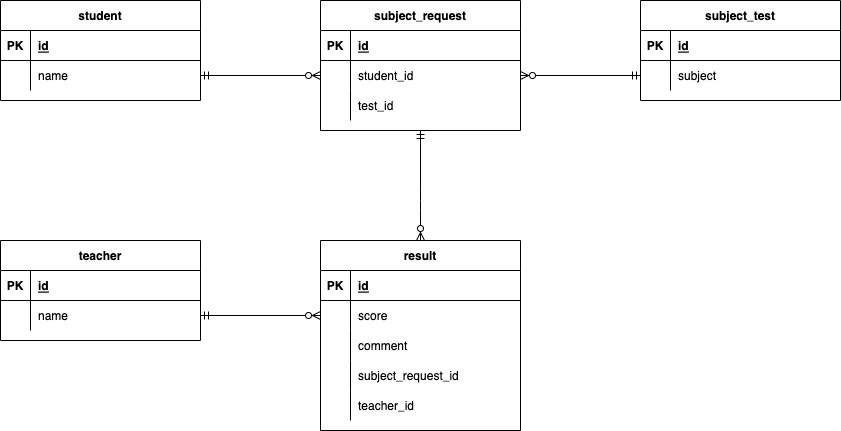
This is 20221217.drawio.png from ysakurai390/20221217, a draw.io export, as it was before one commit. Source tidied: cells renumbered, new cells last; positions are measured from the earlier drawing's top-left corner, leaving out a move shared by most shapes. Source of this version:
```xml
<mxGraphModel>
  <root>
    <mxCell id="0" />
    <mxCell id="1" parent="0" />
    <mxCell id="2" value="student" style="shape=table;startSize=30;rowLines=0;fontStyle=1;align=center;" parent="1" vertex="1">
      <mxGeometry width="200" height="100" as="geometry" />
    </mxCell>
    <mxCell id="3" style="shape=partialRectangle;fillColor=none;top=0;left=0;bottom=1;right=0;" parent="2" vertex="1">
      <mxGeometry y="30" width="200" height="30" as="geometry" />
    </mxCell>
    <mxCell id="4" value="PK" style="shape=partialRectangle;fillColor=none;top=0;left=0;bottom=0;right=0;fontStyle=1;overflow=hidden;" parent="3" vertex="1">
      <mxGeometry width="30" height="30" as="geometry" />
    </mxCell>
    <mxCell id="5" value="id" style="shape=partialRectangle;fillColor=none;top=0;left=0;bottom=0;right=0;align=left;spacingLeft=6;fontStyle=5;overflow=hidden;" parent="3" vertex="1">
      <mxGeometry x="30" width="170" height="30" as="geometry" />
    </mxCell>
    <mxCell id="6" style="shape=partialRectangle;fillColor=none;top=0;left=0;bottom=0;right=0;points=[[0,0.5],[1,0.5]];portConstraint=eastwest;" parent="2" vertex="1">
      <mxGeometry y="60" width="200" height="30" as="geometry" />
    </mxCell>
    <mxCell id="7" style="shape=partialRectangle;fillColor=none;top=0;left=0;bottom=0;right=0;overflow=hidden;" parent="6" vertex="1">
      <mxGeometry width="30" height="30" as="geometry" />
    </mxCell>
    <mxCell id="8" value="name" style="shape=partialRectangle;fillColor=none;top=0;left=0;bottom=0;right=0;align=left;spacingLeft=6;overflow=hidden;" parent="6" vertex="1">
      <mxGeometry x="30" width="170" height="30" as="geometry" />
    </mxCell>
    <mxCell id="9" value="subject_request" style="shape=table;startSize=30;rowLines=0;fontStyle=1;align=center;" parent="1" vertex="1">
      <mxGeometry x="320" width="200" height="130" as="geometry" />
    </mxCell>
    <mxCell id="10" style="shape=partialRectangle;fillColor=none;top=0;left=0;bottom=1;right=0;" parent="9" vertex="1">
      <mxGeometry y="30" width="200" height="30" as="geometry" />
    </mxCell>
    <mxCell id="11" value="PK" style="shape=partialRectangle;fillColor=none;top=0;left=0;bottom=0;right=0;fontStyle=1;overflow=hidden;" parent="10" vertex="1">
      <mxGeometry width="30" height="30" as="geometry" />
    </mxCell>
    <mxCell id="12" value="id" style="shape=partialRectangle;fillColor=none;top=0;left=0;bottom=0;right=0;align=left;spacingLeft=6;fontStyle=5;overflow=hidden;" parent="10" vertex="1">
      <mxGeometry x="30" width="170" height="30" as="geometry" />
    </mxCell>
    <mxCell id="13" style="shape=partialRectangle;fillColor=none;top=0;left=0;bottom=0;right=0;points=[[0,0.5],[1,0.5]];portConstraint=eastwest;" parent="9" vertex="1">
      <mxGeometry y="60" width="200" height="30" as="geometry" />
    </mxCell>
    <mxCell id="14" style="shape=partialRectangle;fillColor=none;top=0;left=0;bottom=0;right=0;overflow=hidden;" parent="13" vertex="1">
      <mxGeometry width="30" height="30" as="geometry" />
    </mxCell>
    <mxCell id="15" value="student_id" style="shape=partialRectangle;fillColor=none;top=0;left=0;bottom=0;right=0;align=left;spacingLeft=6;overflow=hidden;" parent="13" vertex="1">
      <mxGeometry x="30" width="170" height="30" as="geometry" />
    </mxCell>
    <mxCell id="16" style="shape=partialRectangle;fillColor=none;top=0;left=0;bottom=0;right=0;points=[[0,0.5],[1,0.5]];portConstraint=eastwest;" parent="9" vertex="1">
      <mxGeometry y="90" width="200" height="30" as="geometry" />
    </mxCell>
    <mxCell id="17" style="shape=partialRectangle;fillColor=none;top=0;left=0;bottom=0;right=0;overflow=hidden;" parent="16" vertex="1">
      <mxGeometry width="30" height="30" as="geometry" />
    </mxCell>
    <mxCell id="18" value="test_id" style="shape=partialRectangle;fillColor=none;top=0;left=0;bottom=0;right=0;align=left;spacingLeft=6;overflow=hidden;" parent="16" vertex="1">
      <mxGeometry x="30" width="170" height="30" as="geometry" />
    </mxCell>
    <mxCell id="19" value="subject_test" style="shape=table;startSize=30;rowLines=0;fontStyle=1;align=center;" parent="1" vertex="1">
      <mxGeometry x="640" width="200" height="100" as="geometry" />
    </mxCell>
    <mxCell id="20" style="shape=partialRectangle;fillColor=none;top=0;left=0;bottom=1;right=0;" parent="19" vertex="1">
      <mxGeometry y="30" width="200" height="30" as="geometry" />
    </mxCell>
    <mxCell id="21" value="PK" style="shape=partialRectangle;fillColor=none;top=0;left=0;bottom=0;right=0;fontStyle=1;overflow=hidden;" parent="20" vertex="1">
      <mxGeometry width="30" height="30" as="geometry" />
    </mxCell>
    <mxCell id="22" value="id" style="shape=partialRectangle;fillColor=none;top=0;left=0;bottom=0;right=0;align=left;spacingLeft=6;fontStyle=5;overflow=hidden;" parent="20" vertex="1">
      <mxGeometry x="30" width="170" height="30" as="geometry" />
    </mxCell>
    <mxCell id="23" style="shape=partialRectangle;fillColor=none;top=0;left=0;bottom=0;right=0;points=[[0,0.5],[1,0.5]];portConstraint=eastwest;" parent="19" vertex="1">
      <mxGeometry y="60" width="200" height="30" as="geometry" />
    </mxCell>
    <mxCell id="24" style="shape=partialRectangle;fillColor=none;top=0;left=0;bottom=0;right=0;overflow=hidden;" parent="23" vertex="1">
      <mxGeometry width="30" height="30" as="geometry" />
    </mxCell>
    <mxCell id="25" value="subject" style="shape=partialRectangle;fillColor=none;top=0;left=0;bottom=0;right=0;align=left;spacingLeft=6;overflow=hidden;" parent="23" vertex="1">
      <mxGeometry x="30" width="170" height="30" as="geometry" />
    </mxCell>
    <mxCell id="26" style="fontSize=12;html=1;endArrow=ERzeroToMany;startArrow=ERmandOne;entryX=-0.006;entryY=0.281;entryDx=0;entryDy=0;entryPerimeter=0;exitX=0.998;exitY=0.281;exitDx=0;exitDy=0;exitPerimeter=0;" parent="1" edge="1" source="x" target="16">
      <mxGeometry relative="1" as="geometry" />
    </mxCell>
    <mxCell id="27" style="fontSize=12;html=1;endArrow=ERzeroToMany;startArrow=ERmandOne;entryX=1.007;entryY=0.281;entryDx=0;entryDy=0;entryPerimeter=0;exitX=-0.006;exitY=0.281;exitDx=0;exitDy=0;exitPerimeter=0;" parent="1" edge="1" source="x" target="16">
      <mxGeometry relative="1" as="geometry" />
    </mxCell>
    <mxCell id="28" value="result" style="shape=table;startSize=30;rowLines=0;fontStyle=1;align=center;" parent="1" vertex="1">
      <mxGeometry x="320" y="240" width="200" height="190" as="geometry" />
    </mxCell>
    <mxCell id="29" style="shape=partialRectangle;fillColor=none;top=0;left=0;bottom=1;right=0;" parent="28" vertex="1">
      <mxGeometry y="30" width="200" height="30" as="geometry" />
    </mxCell>
    <mxCell id="30" value="PK" style="shape=partialRectangle;fillColor=none;top=0;left=0;bottom=0;right=0;fontStyle=1;overflow=hidden;" parent="29" vertex="1">
      <mxGeometry width="30" height="30" as="geometry" />
    </mxCell>
    <mxCell id="31" value="id" style="shape=partialRectangle;fillColor=none;top=0;left=0;bottom=0;right=0;align=left;spacingLeft=6;fontStyle=5;overflow=hidden;" parent="29" vertex="1">
      <mxGeometry x="30" width="170" height="30" as="geometry" />
    </mxCell>
    <mxCell id="32" style="shape=partialRectangle;fillColor=none;top=0;left=0;bottom=0;right=0;points=[[0,0.5],[1,0.5]];portConstraint=eastwest;" parent="28" vertex="1">
      <mxGeometry y="60" width="200" height="30" as="geometry" />
    </mxCell>
    <mxCell id="33" style="shape=partialRectangle;fillColor=none;top=0;left=0;bottom=0;right=0;overflow=hidden;" parent="32" vertex="1">
      <mxGeometry width="30" height="30" as="geometry" />
    </mxCell>
    <mxCell id="34" value="score" style="shape=partialRectangle;fillColor=none;top=0;left=0;bottom=0;right=0;align=left;spacingLeft=6;overflow=hidden;" parent="32" vertex="1">
      <mxGeometry x="30" width="170" height="30" as="geometry" />
    </mxCell>
    <mxCell id="35" style="shape=partialRectangle;fillColor=none;top=0;left=0;bottom=0;right=0;" parent="28" vertex="1">
      <mxGeometry y="90" width="200" height="30" as="geometry" />
    </mxCell>
    <mxCell id="36" style="shape=partialRectangle;fillColor=none;top=0;left=0;bottom=0;right=0;overflow=hidden;" parent="35" vertex="1">
      <mxGeometry width="30" height="30" as="geometry" />
    </mxCell>
    <mxCell id="37" value="comment" style="shape=partialRectangle;fillColor=none;top=0;left=0;bottom=0;right=0;align=left;spacingLeft=6;overflow=hidden;" parent="35" vertex="1">
      <mxGeometry x="30" width="170" height="30" as="geometry" />
    </mxCell>
    <mxCell id="38" style="shape=partialRectangle;fillColor=none;top=0;left=0;bottom=0;right=0;" parent="28" vertex="1">
      <mxGeometry y="120" width="200" height="30" as="geometry" />
    </mxCell>
    <mxCell id="39" style="shape=partialRectangle;fillColor=none;top=0;left=0;bottom=0;right=0;overflow=hidden;" parent="38" vertex="1">
      <mxGeometry width="30" height="30" as="geometry" />
    </mxCell>
    <mxCell id="40" value="subject_request_id" style="shape=partialRectangle;fillColor=none;top=0;left=0;bottom=0;right=0;align=left;spacingLeft=6;overflow=hidden;" parent="38" vertex="1">
      <mxGeometry x="30" width="170" height="30" as="geometry" />
    </mxCell>
    <mxCell id="41" style="shape=partialRectangle;fillColor=none;top=0;left=0;bottom=0;right=0;" parent="28" vertex="1">
      <mxGeometry y="150" width="200" height="30" as="geometry" />
    </mxCell>
    <mxCell id="42" style="shape=partialRectangle;fillColor=none;top=0;left=0;bottom=0;right=0;overflow=hidden;" parent="41" vertex="1">
      <mxGeometry width="30" height="30" as="geometry" />
    </mxCell>
    <mxCell id="43" value="teacher_id" style="shape=partialRectangle;fillColor=none;top=0;left=0;bottom=0;right=0;align=left;spacingLeft=6;overflow=hidden;" parent="41" vertex="1">
      <mxGeometry x="30" width="170" height="30" as="geometry" />
    </mxCell>
    <mxCell id="44" value="teacher" style="shape=table;startSize=30;rowLines=0;fontStyle=1;align=center;" parent="1" vertex="1">
      <mxGeometry y="240" width="200" height="100" as="geometry" />
    </mxCell>
    <mxCell id="45" style="shape=partialRectangle;fillColor=none;top=0;left=0;bottom=1;right=0;" parent="44" vertex="1">
      <mxGeometry y="30" width="200" height="30" as="geometry" />
    </mxCell>
    <mxCell id="46" value="PK" style="shape=partialRectangle;fillColor=none;top=0;left=0;bottom=0;right=0;fontStyle=1;overflow=hidden;" parent="45" vertex="1">
      <mxGeometry width="30" height="30" as="geometry" />
    </mxCell>
    <mxCell id="47" value="id" style="shape=partialRectangle;fillColor=none;top=0;left=0;bottom=0;right=0;align=left;spacingLeft=6;fontStyle=5;overflow=hidden;" parent="45" vertex="1">
      <mxGeometry x="30" width="170" height="30" as="geometry" />
    </mxCell>
    <mxCell id="48" style="shape=partialRectangle;fillColor=none;top=0;left=0;bottom=0;right=0;points=[[0,0.5],[1,0.5]];portConstraint=eastwest;" parent="44" vertex="1">
      <mxGeometry y="60" width="200" height="30" as="geometry" />
    </mxCell>
    <mxCell id="49" style="shape=partialRectangle;fillColor=none;top=0;left=0;bottom=0;right=0;overflow=hidden;" parent="48" vertex="1">
      <mxGeometry width="30" height="30" as="geometry" />
    </mxCell>
    <mxCell id="50" value="name" style="shape=partialRectangle;fillColor=none;top=0;left=0;bottom=0;right=0;align=left;spacingLeft=6;overflow=hidden;" parent="48" vertex="1">
      <mxGeometry x="30" width="170" height="30" as="geometry" />
    </mxCell>
    <mxCell id="51" style="fontSize=12;html=1;endArrow=ERzeroToMany;startArrow=ERmandOne;entryX=0.5;entryY=0;entryDx=0;entryDy=0;exitX=0.5;exitY=1;exitDx=0;exitDy=0;" parent="1" edge="1" source="9" target="28">
      <mxGeometry relative="1" as="geometry">
        <Array as="points">
          <mxPoint x="420" y="200" />
        </Array>
      </mxGeometry>
    </mxCell>
    <mxCell id="52" style="fontSize=12;html=1;endArrow=ERzeroToMany;startArrow=ERmandOne;exitX=1;exitY=0.5;exitDx=0;exitDy=0;entryX=0;entryY=0.5;entryDx=0;entryDy=0;" parent="1" edge="1" source="6" target="13">
      <mxGeometry relative="1" as="geometry" />
    </mxCell>
    <mxCell id="53" style="fontSize=12;html=1;endArrow=ERzeroToMany;startArrow=ERmandOne;exitX=0;exitY=0.5;exitDx=0;exitDy=0;entryX=1;entryY=0.5;entryDx=0;entryDy=0;" parent="1" edge="1" source="23" target="13">
      <mxGeometry relative="1" as="geometry" />
    </mxCell>
    <mxCell id="54" style="fontSize=12;html=1;endArrow=ERzeroToMany;startArrow=ERmandOne;entryX=0;entryY=0.5;entryDx=0;entryDy=0;exitX=1;exitY=0.5;exitDx=0;exitDy=0;" parent="1" edge="1" source="48" target="32">
      <mxGeometry relative="1" as="geometry" />
    </mxCell>
  </root>
</mxGraphModel>
```
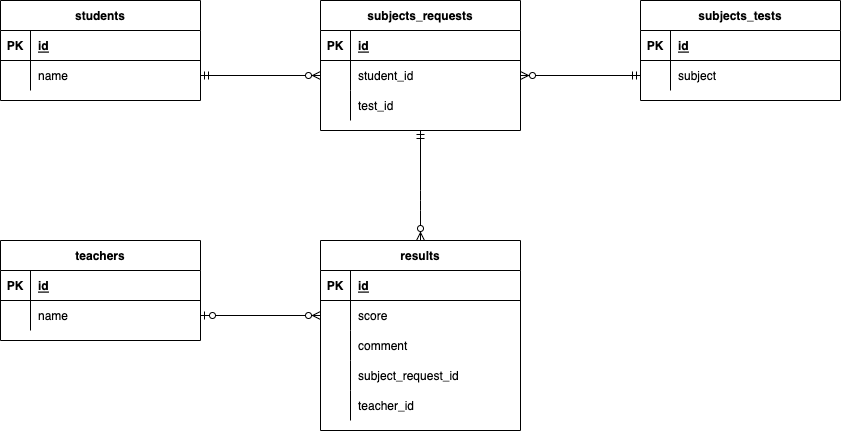
The same diagram one commit later.

Diff of the diagram source:
```diff
@@ -2,7 +2,7 @@
   <root>
     <mxCell id="0" />
     <mxCell id="1" parent="0" />
-    <mxCell id="2" value="student" style="shape=table;startSize=30;rowLines=0;fontStyle=1;align=center;" parent="1" vertex="1">
+    <mxCell id="2" value="students" style="shape=table;startSize=30;rowLines=0;fontStyle=1;align=center;" parent="1" vertex="1">
       <mxGeometry width="200" height="100" as="geometry" />
     </mxCell>
     <mxCell id="3" style="shape=partialRectangle;fillColor=none;top=0;left=0;bottom=1;right=0;" parent="2" vertex="1">
@@ -23,7 +23,7 @@
     <mxCell id="8" value="name" style="shape=partialRectangle;fillColor=none;top=0;left=0;bottom=0;right=0;align=left;spacingLeft=6;overflow=hidden;" parent="6" vertex="1">
       <mxGeometry x="30" width="170" height="30" as="geometry" />
     </mxCell>
-    <mxCell id="9" value="subject_request" style="shape=table;startSize=30;rowLines=0;fontStyle=1;align=center;" parent="1" vertex="1">
+    <mxCell id="9" value="subjects_requests" style="shape=table;startSize=30;rowLines=0;fontStyle=1;align=center;" parent="1" vertex="1">
       <mxGeometry x="320" width="200" height="130" as="geometry" />
     </mxCell>
     <mxCell id="10" style="shape=partialRectangle;fillColor=none;top=0;left=0;bottom=1;right=0;" parent="9" vertex="1">
@@ -53,7 +53,7 @@
     <mxCell id="18" value="test_id" style="shape=partialRectangle;fillColor=none;top=0;left=0;bottom=0;right=0;align=left;spacingLeft=6;overflow=hidden;" parent="16" vertex="1">
       <mxGeometry x="30" width="170" height="30" as="geometry" />
     </mxCell>
-    <mxCell id="19" value="subject_test" style="shape=table;startSize=30;rowLines=0;fontStyle=1;align=center;" parent="1" vertex="1">
+    <mxCell id="19" value="subjects_tests" style="shape=table;startSize=30;rowLines=0;fontStyle=1;align=center;" parent="1" vertex="1">
       <mxGeometry x="640" width="200" height="100" as="geometry" />
     </mxCell>
     <mxCell id="20" style="shape=partialRectangle;fillColor=none;top=0;left=0;bottom=1;right=0;" parent="19" vertex="1">
@@ -80,7 +80,7 @@
     <mxCell id="27" style="fontSize=12;html=1;endArrow=ERzeroToMany;startArrow=ERmandOne;entryX=1.007;entryY=0.281;entryDx=0;entryDy=0;entryPerimeter=0;exitX=-0.006;exitY=0.281;exitDx=0;exitDy=0;exitPerimeter=0;" parent="1" edge="1" source="x" target="16">
       <mxGeometry relative="1" as="geometry" />
     </mxCell>
-    <mxCell id="28" value="result" style="shape=table;startSize=30;rowLines=0;fontStyle=1;align=center;" parent="1" vertex="1">
+    <mxCell id="28" value="results" style="shape=table;startSize=30;rowLines=0;fontStyle=1;align=center;" parent="1" vertex="1">
       <mxGeometry x="320" y="240" width="200" height="190" as="geometry" />
     </mxCell>
     <mxCell id="29" style="shape=partialRectangle;fillColor=none;top=0;left=0;bottom=1;right=0;" parent="28" vertex="1">
@@ -128,7 +128,7 @@
     <mxCell id="43" value="teacher_id" style="shape=partialRectangle;fillColor=none;top=0;left=0;bottom=0;right=0;align=left;spacingLeft=6;overflow=hidden;" parent="41" vertex="1">
       <mxGeometry x="30" width="170" height="30" as="geometry" />
     </mxCell>
-    <mxCell id="44" value="teacher" style="shape=table;startSize=30;rowLines=0;fontStyle=1;align=center;" parent="1" vertex="1">
+    <mxCell id="44" value="teachers" style="shape=table;startSize=30;rowLines=0;fontStyle=1;align=center;" parent="1" vertex="1">
       <mxGeometry y="240" width="200" height="100" as="geometry" />
     </mxCell>
     <mxCell id="45" style="shape=partialRectangle;fillColor=none;top=0;left=0;bottom=1;right=0;" parent="44" vertex="1">
@@ -162,7 +162,7 @@
     <mxCell id="53" style="fontSize=12;html=1;endArrow=ERzeroToMany;startArrow=ERmandOne;exitX=0;exitY=0.5;exitDx=0;exitDy=0;entryX=1;entryY=0.5;entryDx=0;entryDy=0;" parent="1" edge="1" source="23" target="13">
       <mxGeometry relative="1" as="geometry" />
     </mxCell>
-    <mxCell id="54" style="fontSize=12;html=1;endArrow=ERzeroToMany;startArrow=ERmandOne;entryX=0;entryY=0.5;entryDx=0;entryDy=0;exitX=1;exitY=0.5;exitDx=0;exitDy=0;" parent="1" edge="1" source="48" target="32">
+    <mxCell id="54" style="fontSize=12;html=1;endArrow=ERzeroToMany;startArrow=ERzeroToOne;exitX=1;exitY=0.5;exitDx=0;exitDy=0;entryX=0;entryY=0.5;entryDx=0;entryDy=0;" parent="1" edge="1" source="48" target="32">
       <mxGeometry relative="1" as="geometry" />
     </mxCell>
   </root>
```
